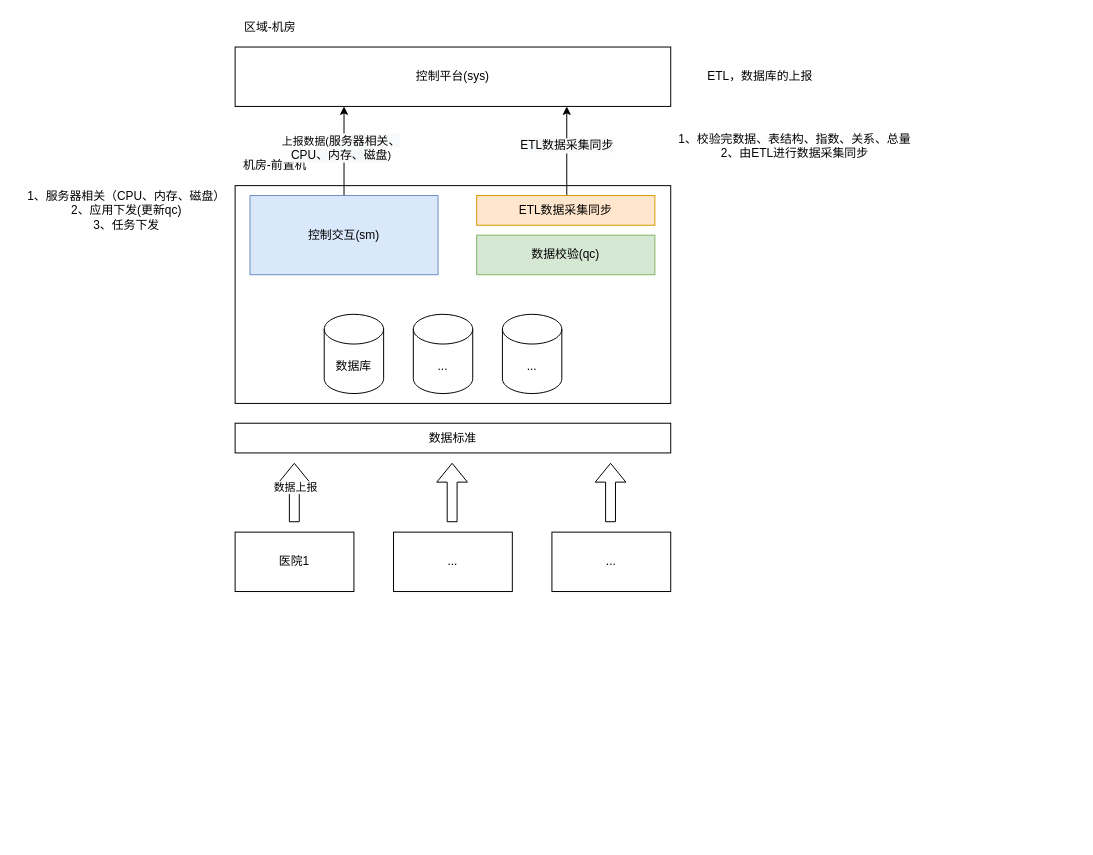
Above: rongda-dep/rongda-dep.drawio in cherishsince/diagrams.net (draw.io), before the change. Source tidied: cells renumbered, new cells numbered last; positions are measured from the earlier drawing's top-left corner, leaving out a move shared by most shapes. Both pictures are drawn from the tidied source at 99%, with x=0, y=0 at pixel (17, 17).
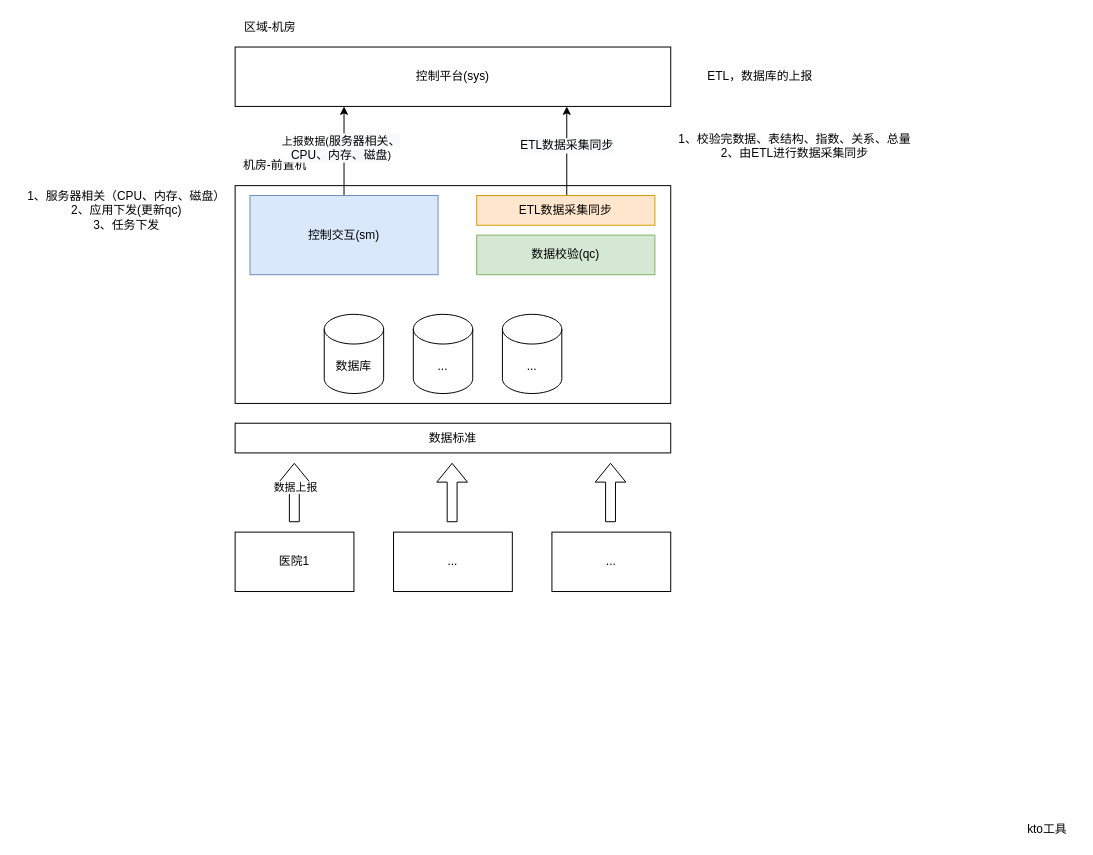
The same page after the edit.

Diff of the diagram source:
```diff
@@
+    <mxCell id="27" value="kto工具" style="text;html=1;align=center;verticalAlign=middle;" parent="1" vertex="1">
+      <mxGeometry x="1010" y="810" width="60" height="20" as="geometry" />
+    </mxCell>
```
